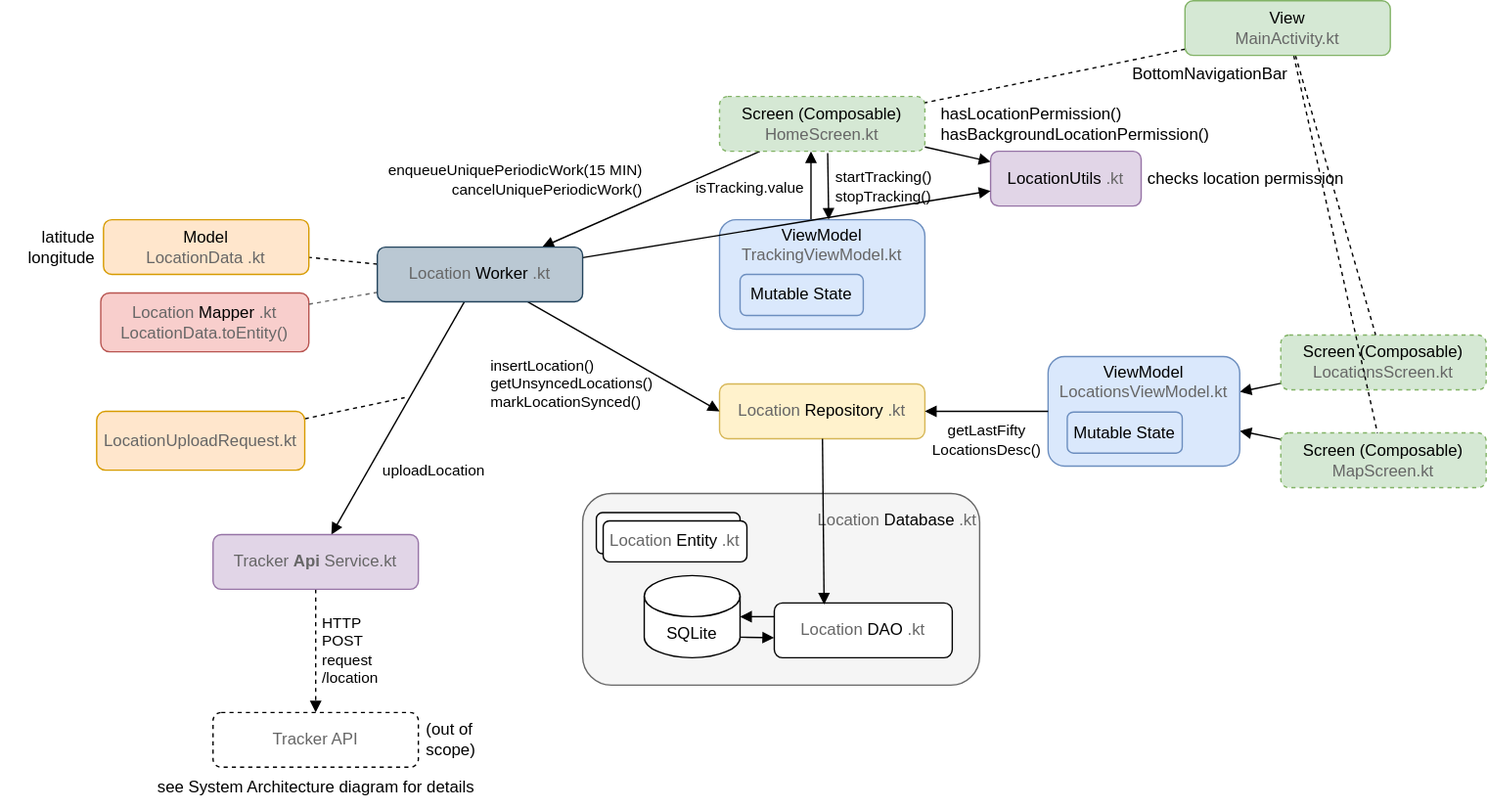
Before: app-architecture.drawio.svg, a diagram exported from draw.io (lchristmann/Tracker). Source tidied: cells renumbered, new cells last; positions are measured from the earlier drawing's top-left corner, leaving out a move shared by most shapes.
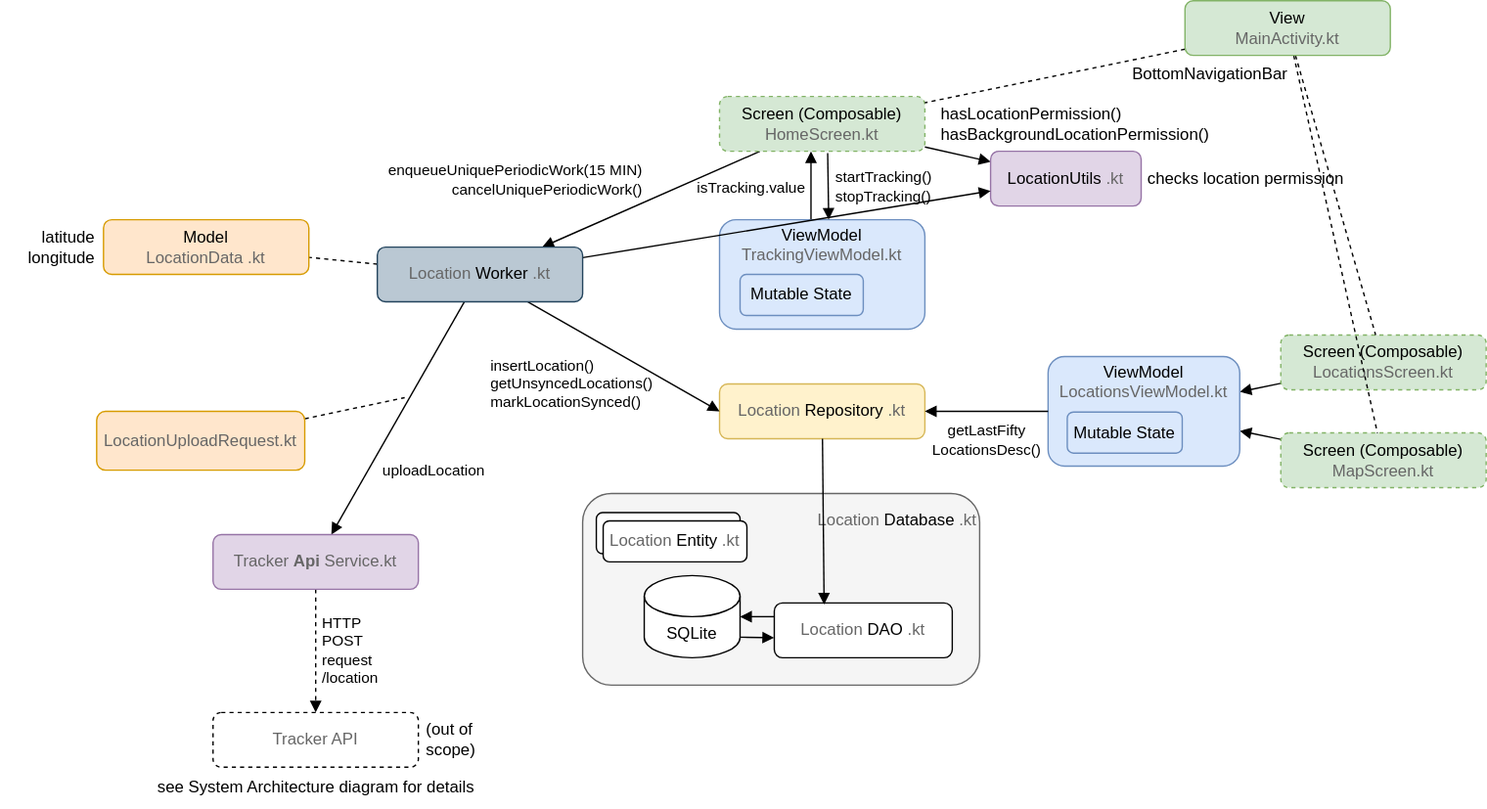
After the commit.

The edit, as a diff of the source:
```diff
@@ -87,15 +87,9 @@
         <mxPoint x="715" y="434.3" as="sourcePoint" />
       </mxGeometry>
     </mxCell>
-    <mxCell id="26" value="&lt;font style=&quot;color: rgb(102, 102, 102);&quot;&gt;Location&lt;/font&gt;Mapper&lt;font style=&quot;color: rgb(102, 102, 102);&quot;&gt;.kt&lt;/font&gt;&lt;div&gt;&lt;font style=&quot;color: rgb(102, 102, 102);&quot;&gt;LocationData.toEntity()&lt;/font&gt;&lt;/div&gt;" style="rounded=1;whiteSpace=wrap;html=1;fillColor=#f8cecc;strokeColor=#b85450;" parent="1" vertex="1">
-      <mxGeometry x="73" y="213.5" width="152" height="43" as="geometry" />
-    </mxCell>
     <mxCell id="27" value="&lt;div&gt;&lt;font style=&quot;color: rgb(0, 0, 0);&quot;&gt;Model&lt;/font&gt;&lt;/div&gt;&lt;font style=&quot;color: rgb(102, 102, 102);&quot;&gt;LocationData&lt;/font&gt;&lt;span style=&quot;background-color: transparent;&quot;&gt;&lt;font style=&quot;color: rgb(102, 102, 102);&quot;&gt;.kt&lt;/font&gt;&lt;/span&gt;" style="rounded=1;whiteSpace=wrap;html=1;fillColor=#ffe6cc;strokeColor=#d79b00;" parent="1" vertex="1">
       <mxGeometry x="75" y="160" width="150" height="40" as="geometry" />
     </mxCell>
-    <mxCell id="28" style="endArrow=none;dashed=1;html=1;fillColor=#f5f5f5;strokeColor=#666666;" parent="1" edge="1" source="26" target="35">
-      <mxGeometry relative="1" as="geometry" />
-    </mxCell>
     <mxCell id="29" style="edgeStyle=none;html=1;entryX=0.507;entryY=-0.017;entryDx=0;entryDy=0;entryPerimeter=0;endArrow=block;endFill=1;" parent="1" edge="1">
       <mxGeometry relative="1" as="geometry">
         <mxPoint x="604" y="111.4" as="sourcePoint" />
```
